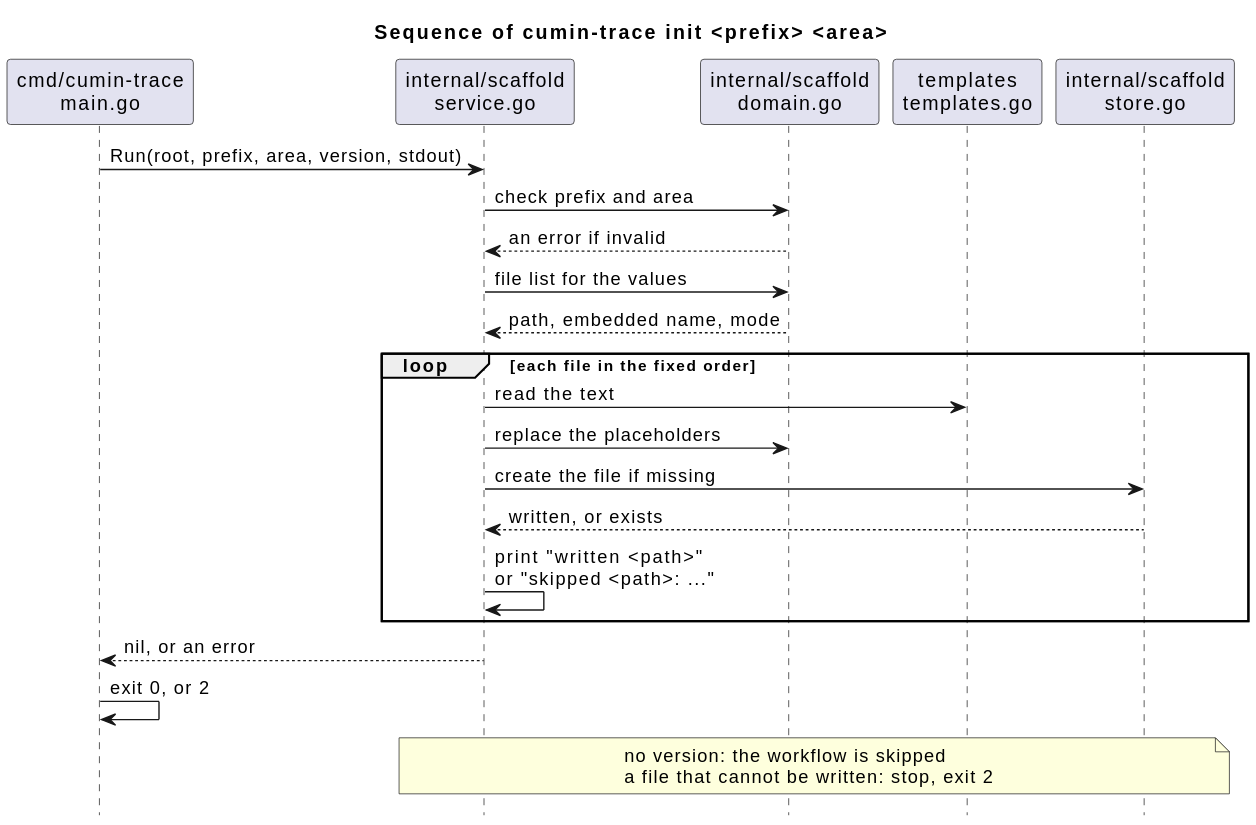
Before: docs/ja/designs/templates/templates-sequence.svg, a diagram exported from PlantUML (cloveclovedev/cumin-trace). Source of this version:
```plantuml
@startuml
title Sequence of cumin-trace init <prefix> <area>
skinparam shadowing false
hide footbox

participant "cmd/cumin-trace\nmain.go" as main
participant "internal/scaffold\nservice.go" as service
participant "internal/scaffold\ndomain.go" as rules
participant "templates\ntemplates.go" as embedded
participant "internal/scaffold\nstore.go" as store

main -> service : Run(root, prefix, area, version, stdout)
service -> rules : check prefix and area
rules --> service : an error if invalid
service -> rules : file list for the values
rules --> service : path, embedded name, mode
loop each file in the fixed order
  service -> embedded : read the text
  service -> rules : replace the placeholders
  service -> store : create the file if missing
  store --> service : written, or exists
  service -> service : print "written <path>"\nor "skipped <path>: ..."
end
service --> main : nil, or an error
main -> main : exit 0, or 2

note over service, store
  no version: the workflow is skipped
  a file that cannot be written: stop, exit 2
end note
@enduml
```
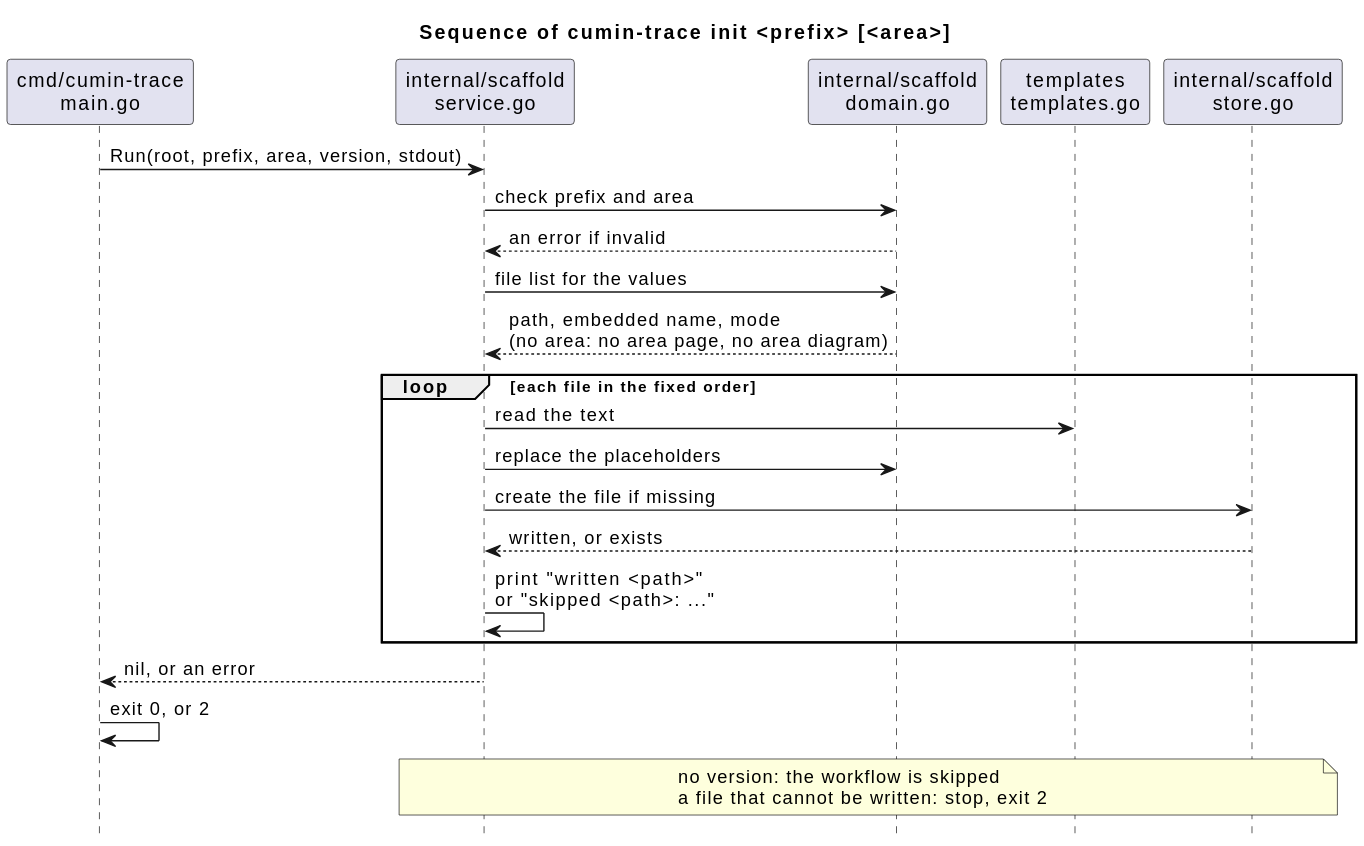
After the commit.

Commit message:
docs(designs): make the area of cumin-trace init optional

Change to the diagram source:
```diff
@@ -1,5 +1,5 @@
 @startuml
-title Sequence of cumin-trace init <prefix> <area>
+title Sequence of cumin-trace init <prefix> [<area>]
 skinparam shadowing false
 hide footbox
 
@@ -13,7 +13,7 @@
 service -> rules : check prefix and area
 rules --> service : an error if invalid
 service -> rules : file list for the values
-rules --> service : path, embedded name, mode
+rules --> service : path, embedded name, mode\n(no area: no area page, no area diagram)
 loop each file in the fixed order
   service -> embedded : read the text
   service -> rules : replace the placeholders
```
